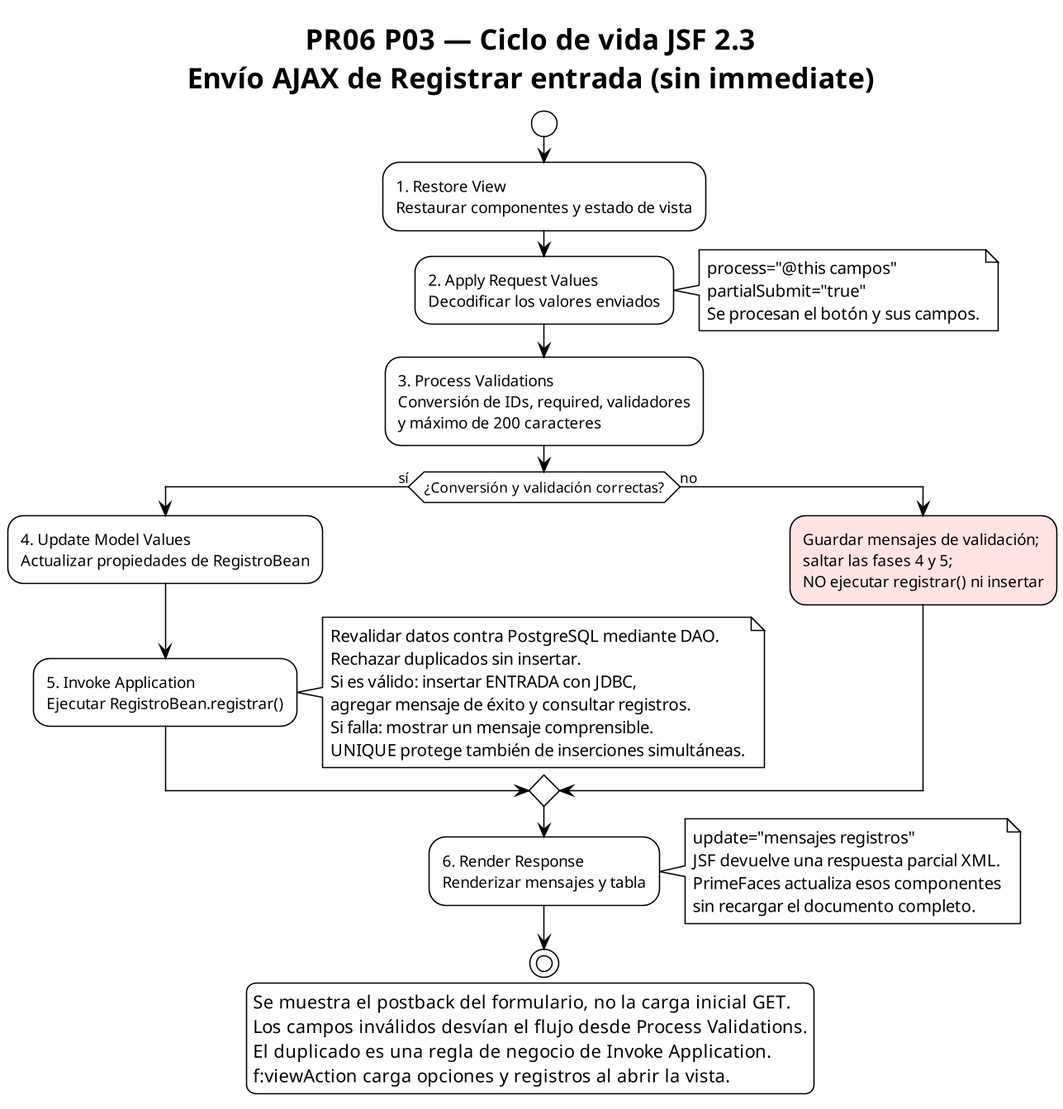
Earlier version of the PlantUML export docs/p03/diagramas/02-ciclo-vida-jsf.png (JeshuaBenitez/PR06_DSW-E06).
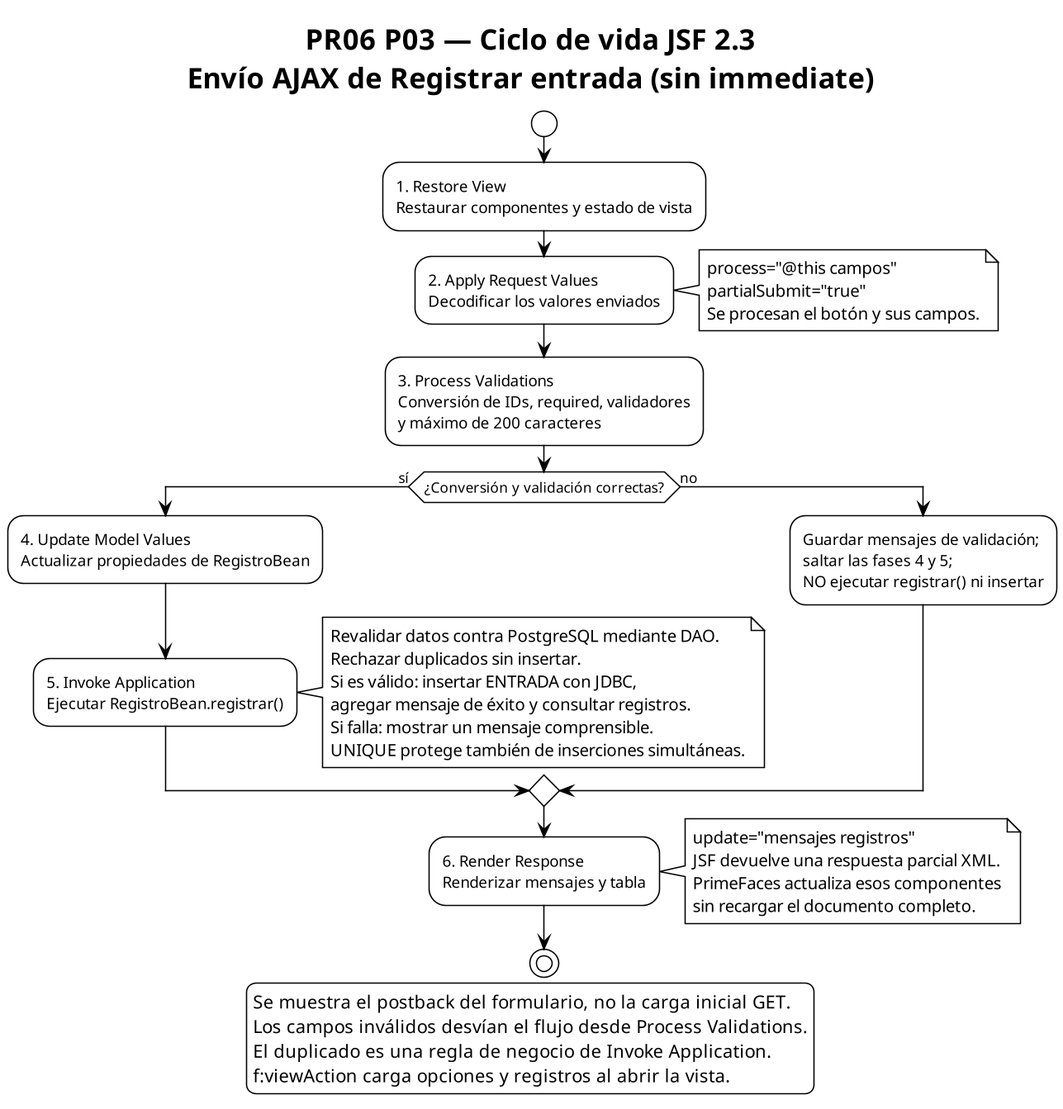
The same file after the commit.

The edit, as a diff of the source:
```diff
@@ -24,7 +24,7 @@
     UNIQUE protege también de inserciones simultáneas.
   end note
 else (no)
-  #MistyRose:Guardar mensajes de validación;\nsaltar las fases 4 y 5;\nNO ejecutar registrar() ni insertar;
+  :Guardar mensajes de validación;\nsaltar las fases 4 y 5;\nNO ejecutar registrar() ni insertar;
 endif
 :6. Render Response\nRenderizar mensajes y tabla;
 note right
```
